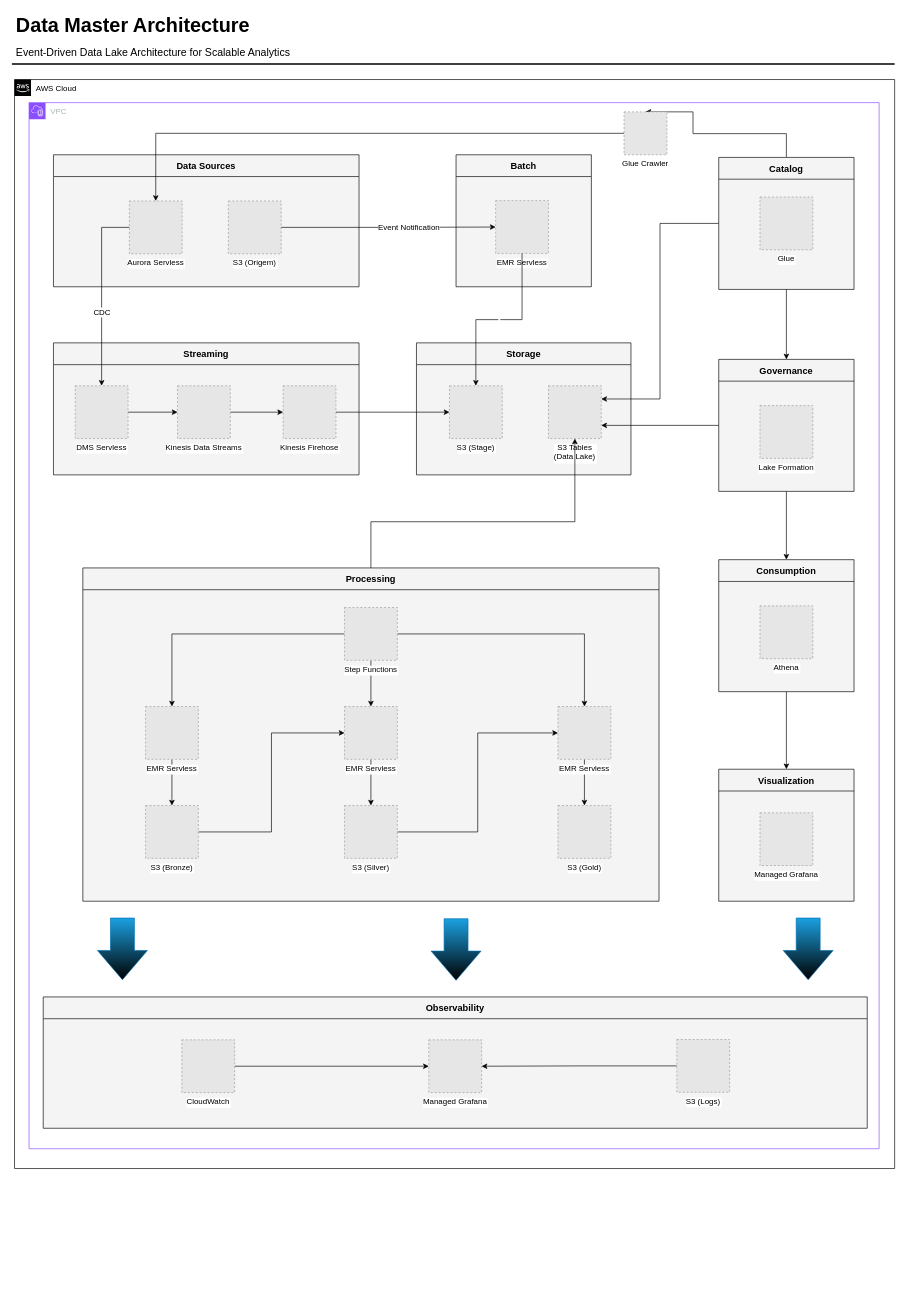
Above: diagrams/architecture-diagram.drawio in seriallink/datamaster (draw.io), before the change. Source tidied: cells renumbered, new cells numbered last; positions are measured from the earlier drawing's top-left corner, leaving out a move shared by most shapes. Both pictures are drawn from the tidied source at 66%, with x=0, y=0 at pixel (11, 11). Pictures stored in the file or linked from it are replaced by grey dashed boxes.
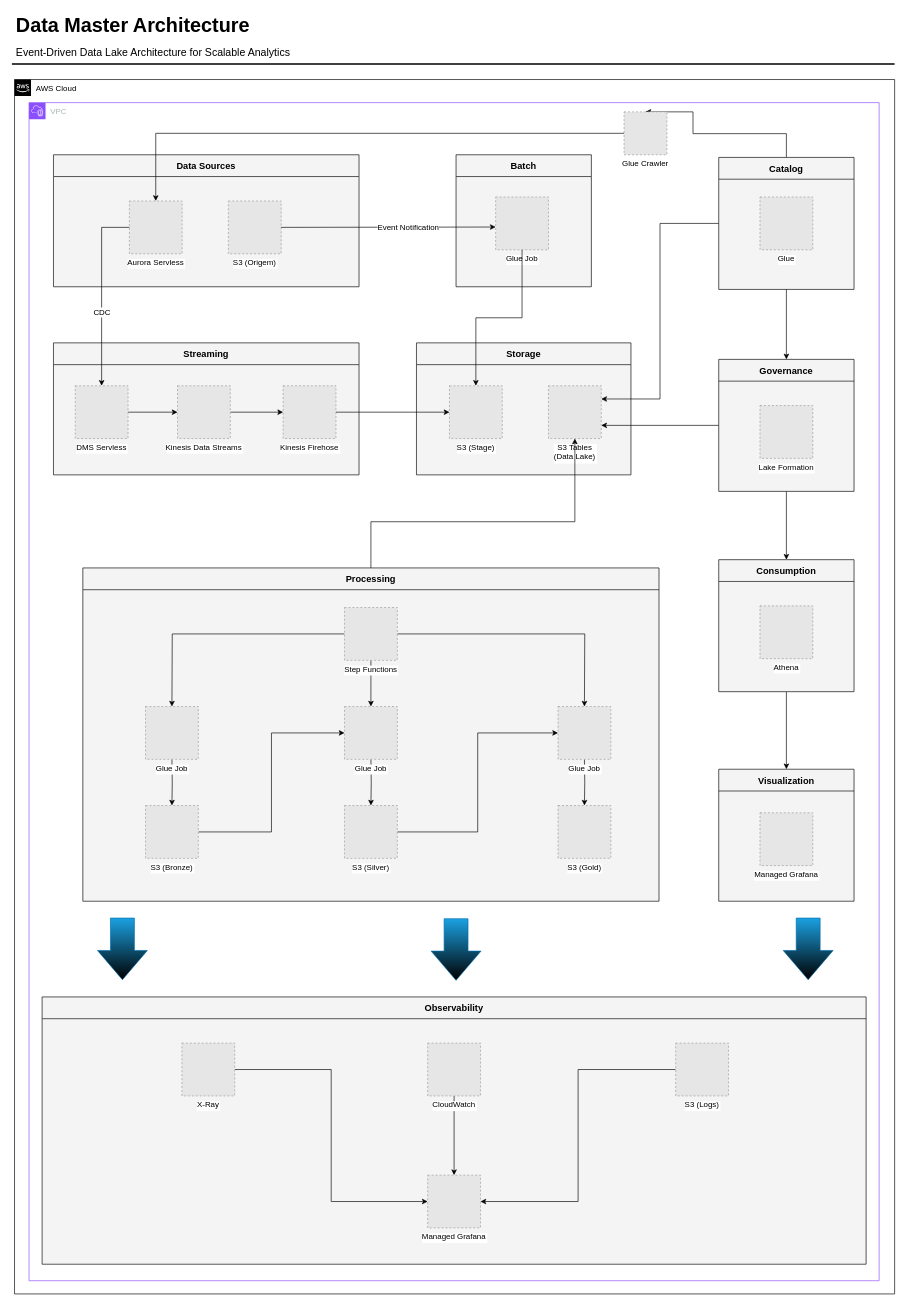
After the change.

The change refers to these unchanged cells:
```xml
<mxCell id="12" value="S3 (Origem)" style="fillColor=#E6E6E6;strokeColor=#999999;dashed=1;verticalLabelPosition=bottom;labelBackgroundColor=default;verticalAlign=top;" parent="10" vertex="1">
  <mxGeometry x="265" y="70" width="80" height="80" as="geometry" />
</mxCell>
<mxCell id="14" value="Batch" style="swimlane;fontSize=14;align=center;swimlaneFillColor=#f4f4f4;fillColor=#f4f4f4;startSize=33;" parent="3" vertex="1">
  <mxGeometry x="647" y="79" width="205" height="200" as="geometry" />
</mxCell>
<mxCell id="18" value="S3 (Stage)" style="fillColor=#E6E6E6;strokeColor=#999999;dashed=1;verticalLabelPosition=bottom;labelBackgroundColor=default;verticalAlign=top;" parent="17" vertex="1">
  <mxGeometry x="50" y="65" width="80" height="80" as="geometry" />
</mxCell>
<mxCell id="23" value="Processing" style="swimlane;fontSize=14;align=center;swimlaneFillColor=#f4f4f4;fillColor=#f4f4f4;startSize=33;" parent="3" vertex="1">
  <mxGeometry x="81.5" y="705" width="873" height="505" as="geometry" />
</mxCell>
<mxCell id="27" value="Step Functions" style="fillColor=#E6E6E6;strokeColor=#999999;dashed=1;verticalLabelPosition=bottom;labelBackgroundColor=default;verticalAlign=top;" parent="23" vertex="1">
  <mxGeometry x="396.5" y="60" width="80" height="80" as="geometry" />
</mxCell>
<mxCell id="29" value="S3 (Bronze)" style="fillColor=#E6E6E6;strokeColor=#999999;dashed=1;verticalLabelPosition=bottom;labelBackgroundColor=default;verticalAlign=top;" parent="23" vertex="1">
  <mxGeometry x="95" y="360" width="80" height="80" as="geometry" />
</mxCell>
<mxCell id="33" value="S3 (Silver)" style="fillColor=#E6E6E6;strokeColor=#999999;dashed=1;verticalLabelPosition=bottom;labelBackgroundColor=default;verticalAlign=top;" parent="23" vertex="1">
  <mxGeometry x="396.5" y="360" width="80" height="80" as="geometry" />
</mxCell>
<mxCell id="36" value="S3 (Gold)" style="fillColor=#E6E6E6;strokeColor=#999999;dashed=1;verticalLabelPosition=bottom;labelBackgroundColor=default;verticalAlign=top;" parent="23" vertex="1">
  <mxGeometry x="720" y="360" width="80" height="80" as="geometry" />
</mxCell>
```

What changed in the source:
```diff
@@
     <mxCell id="2" value="AWS Cloud" style="html=1;whiteSpace=wrap;fontSize=12;fontStyle=0;shape=mxgraph.aws4.group;grIcon=mxgraph.aws4.group_aws_cloud_alt;verticalAlign=top;align=left;spacingLeft=30;dashed=0;labelBackgroundColor=none;" parent="1" vertex="1">
-      <mxGeometry x="4.5" y="104" width="1333.5" height="1650" as="geometry" />
+      <mxGeometry x="4.5" y="104" width="1333.5" height="1840" as="geometry" />
     </mxCell>
     <mxCell id="3" value="VPC" style="gradientColor=none;html=1;whiteSpace=wrap;fontSize=12;fontStyle=0;shape=mxgraph.aws4.group;grIcon=mxgraph.aws4.group_vpc2;strokeColor=#8C4FFF;fillColor=default;verticalAlign=top;align=left;spacingLeft=30;fontColor=#AAB7B8;dashed=0;" parent="2" vertex="1">
-      <mxGeometry x="22" y="35" width="1288" height="1585" as="geometry" />
+      <mxGeometry x="22" y="35" width="1288" height="1785" as="geometry" />
     </mxCell>
@@
-    <mxCell id="15" value="EMR Servless" style="fillColor=#E6E6E6;strokeColor=#999999;dashed=1;verticalLabelPosition=bottom;labelBackgroundColor=default;verticalAlign=top;" parent="14" vertex="1">
-      <mxGeometry x="60" y="69.5" width="80" height="80" as="geometry" />
-    </mxCell>
+    <mxCell id="67" value="Glue Job" style="fillColor=#E6E6E6;strokeColor=#999999;dashed=1;verticalLabelPosition=bottom;labelBackgroundColor=default;verticalAlign=top;" parent="14" vertex="1">
+      <mxGeometry x="60" y="64" width="80" height="80" as="geometry" />
+    </mxCell>
-    <mxCell id="16" value="Event Notification" style="edgeStyle=orthogonalEdgeStyle;rounded=0;jettySize=auto;html=1;exitX=1;exitY=0.5;exitDx=0;exitDy=0;entryX=0;entryY=0.5;entryDx=0;entryDy=0;fontSize=12;" parent="3" edge="1" source="12" target="15">
-      <mxGeometry x="0.19" relative="1" as="geometry" />
+    <mxCell id="16" value="Event Notification" style="edgeStyle=orthogonalEdgeStyle;rounded=0;jettySize=auto;html=1;exitX=1;exitY=0.5;exitDx=0;exitDy=0;entryX=0;entryY=0.5;entryDx=0;entryDy=0;fontSize=12;" parent="3" edge="1" source="12">
+      <mxGeometry x="0.19" relative="1" as="geometry">
+        <mxPoint x="707" y="188.5" as="targetPoint" />
+      </mxGeometry>
     </mxCell>
@@
-    <mxCell id="21" value="&amp;nbsp;" style="edgeStyle=orthogonalEdgeStyle;rounded=0;jettySize=auto;html=1;exitX=0.5;exitY=1;exitDx=0;exitDy=0;entryX=0.5;entryY=0;entryDx=0;entryDy=0;" parent="3" edge="1" source="15" target="18">
-      <mxGeometry relative="1" as="geometry" />
-    </mxCell>
@@
-    <mxCell id="24" style="edgeStyle=orthogonalEdgeStyle;rounded=0;jettySize=auto;html=1;exitX=0;exitY=0.5;exitDx=0;exitDy=0;entryX=0.5;entryY=0;entryDx=0;entryDy=0;" parent="23" edge="1" source="27" target="31">
-      <mxGeometry relative="1" as="geometry" />
+    <mxCell id="24" style="edgeStyle=orthogonalEdgeStyle;rounded=0;jettySize=auto;html=1;exitX=0;exitY=0.5;exitDx=0;exitDy=0;entryX=0.5;entryY=0;entryDx=0;entryDy=0;" parent="23" edge="1" source="27">
+      <mxGeometry relative="1" as="geometry">
+        <mxPoint x="135" y="210" as="targetPoint" />
+      </mxGeometry>
     </mxCell>
-    <mxCell id="25" style="edgeStyle=orthogonalEdgeStyle;rounded=0;jettySize=auto;html=1;exitX=1;exitY=0.5;exitDx=0;exitDy=0;entryX=0.5;entryY=0;entryDx=0;entryDy=0;" parent="23" edge="1" source="27" target="38">
-      <mxGeometry relative="1" as="geometry" />
+    <mxCell id="25" style="edgeStyle=orthogonalEdgeStyle;rounded=0;jettySize=auto;html=1;exitX=1;exitY=0.5;exitDx=0;exitDy=0;entryX=0.5;entryY=0;entryDx=0;entryDy=0;" parent="23" edge="1" source="27">
+      <mxGeometry relative="1" as="geometry">
+        <mxPoint x="760" y="210" as="targetPoint" />
+      </mxGeometry>
     </mxCell>
-    <mxCell id="26" style="edgeStyle=orthogonalEdgeStyle;rounded=0;jettySize=auto;html=1;entryX=0.5;entryY=0;entryDx=0;entryDy=0;" parent="23" edge="1" source="27" target="35">
-      <mxGeometry relative="1" as="geometry" />
+    <mxCell id="26" style="edgeStyle=orthogonalEdgeStyle;rounded=0;jettySize=auto;html=1;entryX=0.5;entryY=0;entryDx=0;entryDy=0;" parent="23" edge="1" source="27">
+      <mxGeometry relative="1" as="geometry">
+        <mxPoint x="436.5" y="210" as="targetPoint" />
+      </mxGeometry>
     </mxCell>
@@
-    <mxCell id="28" style="edgeStyle=orthogonalEdgeStyle;rounded=0;jettySize=auto;html=1;exitX=1;exitY=0.5;exitDx=0;exitDy=0;entryX=0;entryY=0.5;entryDx=0;entryDy=0;" parent="23" edge="1" source="29" target="35">
-      <mxGeometry relative="1" as="geometry" />
-    </mxCell>
+    <mxCell id="68" style="edgeStyle=orthogonalEdgeStyle;rounded=0;jettySize=auto;html=1;entryX=0;entryY=0.5;entryDx=0;entryDy=0;" parent="23" edge="1" source="29" target="71">
+      <mxGeometry relative="1" as="geometry" />
+    </mxCell>
@@
-    <mxCell id="30" style="edgeStyle=orthogonalEdgeStyle;rounded=0;jettySize=auto;html=1;exitX=0.5;exitY=1;exitDx=0;exitDy=0;entryX=0.5;entryY=0;entryDx=0;entryDy=0;" parent="23" edge="1" source="31" target="29">
-      <mxGeometry relative="1" as="geometry" />
+    <mxCell id="30" style="edgeStyle=orthogonalEdgeStyle;rounded=0;jettySize=auto;html=1;exitX=0.5;exitY=1;exitDx=0;exitDy=0;entryX=0.5;entryY=0;entryDx=0;entryDy=0;" parent="23" edge="1" target="29">
+      <mxGeometry relative="1" as="geometry">
+        <mxPoint x="135" y="290" as="sourcePoint" />
+      </mxGeometry>
     </mxCell>
-    <mxCell id="31" value="EMR Servless" style="fillColor=#E6E6E6;strokeColor=#999999;dashed=1;verticalLabelPosition=bottom;labelBackgroundColor=default;verticalAlign=top;" parent="23" vertex="1">
-      <mxGeometry x="95" y="210" width="80" height="80" as="geometry" />
-    </mxCell>
-    <mxCell id="32" style="edgeStyle=orthogonalEdgeStyle;rounded=0;jettySize=auto;html=1;exitX=1;exitY=0.5;exitDx=0;exitDy=0;entryX=0;entryY=0.5;entryDx=0;entryDy=0;" parent="23" edge="1" source="33" target="38">
-      <mxGeometry relative="1" as="geometry" />
-    </mxCell>
+    <mxCell id="69" style="edgeStyle=orthogonalEdgeStyle;rounded=0;jettySize=auto;html=1;entryX=0;entryY=0.5;entryDx=0;entryDy=0;" parent="23" edge="1" source="33" target="72">
+      <mxGeometry relative="1" as="geometry" />
+    </mxCell>
@@
-    <mxCell id="34" style="edgeStyle=orthogonalEdgeStyle;rounded=0;jettySize=auto;html=1;entryX=0.5;entryY=0;entryDx=0;entryDy=0;" parent="23" edge="1" source="35" target="33">
-      <mxGeometry relative="1" as="geometry" />
+    <mxCell id="34" style="edgeStyle=orthogonalEdgeStyle;rounded=0;jettySize=auto;html=1;entryX=0.5;entryY=0;entryDx=0;entryDy=0;" parent="23" edge="1" target="33">
+      <mxGeometry relative="1" as="geometry">
+        <mxPoint x="436.5" y="290" as="sourcePoint" />
+      </mxGeometry>
     </mxCell>
-    <mxCell id="35" value="EMR Servless" style="fillColor=#E6E6E6;strokeColor=#999999;dashed=1;verticalLabelPosition=bottom;labelBackgroundColor=default;verticalAlign=top;" parent="23" vertex="1">
-      <mxGeometry x="396.5" y="210" width="80" height="80" as="geometry" />
-    </mxCell>
@@
-    <mxCell id="37" style="edgeStyle=orthogonalEdgeStyle;rounded=0;jettySize=auto;html=1;entryX=0.5;entryY=0;entryDx=0;entryDy=0;" parent="23" edge="1" source="38" target="36">
-      <mxGeometry relative="1" as="geometry" />
+    <mxCell id="37" style="edgeStyle=orthogonalEdgeStyle;rounded=0;jettySize=auto;html=1;entryX=0.5;entryY=0;entryDx=0;entryDy=0;" parent="23" edge="1" target="36">
+      <mxGeometry relative="1" as="geometry">
+        <mxPoint x="760" y="290" as="sourcePoint" />
+      </mxGeometry>
     </mxCell>
-    <mxCell id="38" value="EMR Servless" style="fillColor=#E6E6E6;strokeColor=#999999;dashed=1;verticalLabelPosition=bottom;labelBackgroundColor=default;verticalAlign=top;" parent="23" vertex="1">
-      <mxGeometry x="720" y="210" width="80" height="80" as="geometry" />
-    </mxCell>
+    <mxCell id="70" value="Glue Job" style="fillColor=#E6E6E6;strokeColor=#999999;dashed=1;verticalLabelPosition=bottom;labelBackgroundColor=default;verticalAlign=top;" parent="23" vertex="1">
+      <mxGeometry x="95" y="210" width="80" height="80" as="geometry" />
+    </mxCell>
+    <mxCell id="71" value="Glue Job" style="fillColor=#E6E6E6;strokeColor=#999999;dashed=1;verticalLabelPosition=bottom;labelBackgroundColor=default;verticalAlign=top;" parent="23" vertex="1">
+      <mxGeometry x="396.5" y="210" width="80" height="80" as="geometry" />
+    </mxCell>
+    <mxCell id="72" value="Glue Job" style="fillColor=#E6E6E6;strokeColor=#999999;dashed=1;verticalLabelPosition=bottom;labelBackgroundColor=default;verticalAlign=top;" parent="23" vertex="1">
+      <mxGeometry x="720" y="210" width="80" height="80" as="geometry" />
+    </mxCell>
@@
     <mxCell id="56" value="Observability" style="swimlane;fontSize=14;align=center;swimlaneFillColor=#f4f4f4;fillColor=#f4f4f4;startSize=33;" parent="3" vertex="1">
-      <mxGeometry x="21.5" y="1355" width="1248.5" height="199" as="geometry" />
+      <mxGeometry x="19.8" y="1355" width="1248.5" height="405" as="geometry" />
     </mxCell>
     <mxCell id="57" value="Managed Grafana" style="fillColor=#E6E6E6;strokeColor=#999999;dashed=1;verticalLabelPosition=bottom;labelBackgroundColor=default;verticalAlign=top;" parent="56" vertex="1">
-      <mxGeometry x="584.2" y="65" width="80" height="80" as="geometry" />
+      <mxGeometry x="584.2" y="270" width="80" height="80" as="geometry" />
     </mxCell>
-    <mxCell id="58" style="edgeStyle=orthogonalEdgeStyle;rounded=0;jettySize=auto;html=1;entryX=0;entryY=0.5;entryDx=0;entryDy=0;" parent="56" edge="1" source="59" target="57">
+    <mxCell id="58" style="edgeStyle=orthogonalEdgeStyle;rounded=0;jettySize=auto;html=1;entryX=0.5;entryY=0;entryDx=0;entryDy=0;" parent="56" edge="1" source="59" target="57">
       <mxGeometry relative="1" as="geometry" />
     </mxCell>
     <mxCell id="59" value="CloudWatch" style="fillColor=#E6E6E6;strokeColor=#999999;dashed=1;verticalLabelPosition=bottom;labelBackgroundColor=default;verticalAlign=top;" parent="56" vertex="1">
-      <mxGeometry x="210" y="65" width="80" height="80" as="geometry" />
+      <mxGeometry x="584.2" y="70" width="80" height="80" as="geometry" />
     </mxCell>
@@
     <mxCell id="61" value="S3 (Logs)" style="fillColor=#E6E6E6;strokeColor=#999999;dashed=1;verticalLabelPosition=bottom;labelBackgroundColor=default;verticalAlign=top;" parent="56" vertex="1">
-      <mxGeometry x="960" y="64.5" width="80" height="80" as="geometry" />
+      <mxGeometry x="960" y="70" width="80" height="80" as="geometry" />
     </mxCell>
+    <mxCell id="73" style="edgeStyle=orthogonalEdgeStyle;rounded=0;jettySize=auto;html=1;entryX=0;entryY=0.5;entryDx=0;entryDy=0;" parent="56" edge="1" source="74" target="57">
+      <mxGeometry relative="1" as="geometry" />
+    </mxCell>
+    <mxCell id="74" value="X-Ray" style="fillColor=#E6E6E6;strokeColor=#999999;dashed=1;verticalLabelPosition=bottom;labelBackgroundColor=default;verticalAlign=top;" parent="56" vertex="1">
+      <mxGeometry x="211.8" y="70" width="80" height="80" as="geometry" />
+    </mxCell>
@@
+    <mxCell id="75" style="edgeStyle=orthogonalEdgeStyle;rounded=0;jettySize=auto;html=1;entryX=0.5;entryY=0;entryDx=0;entryDy=0;" parent="3" edge="1" source="67" target="18">
+      <mxGeometry relative="1" as="geometry" />
+    </mxCell>
```
